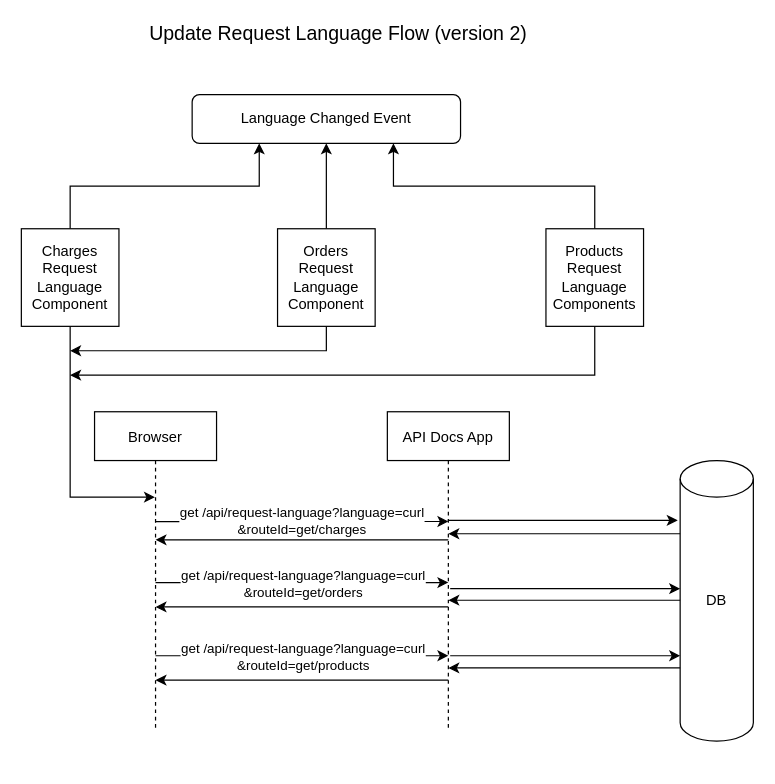
alexrsunrise/diagrams keeps this draw.io diagram as ReChargeApiDocs/Update Request Language v2.drawio. Above is the earlier version. Source tidied: cells renumbered, new cells numbered last; positions are measured from the earlier drawing's top-left corner, leaving out a move shared by most shapes. Both pictures are drawn from the tidied source at 122%, with x=0, y=0 at pixel (21, 21).
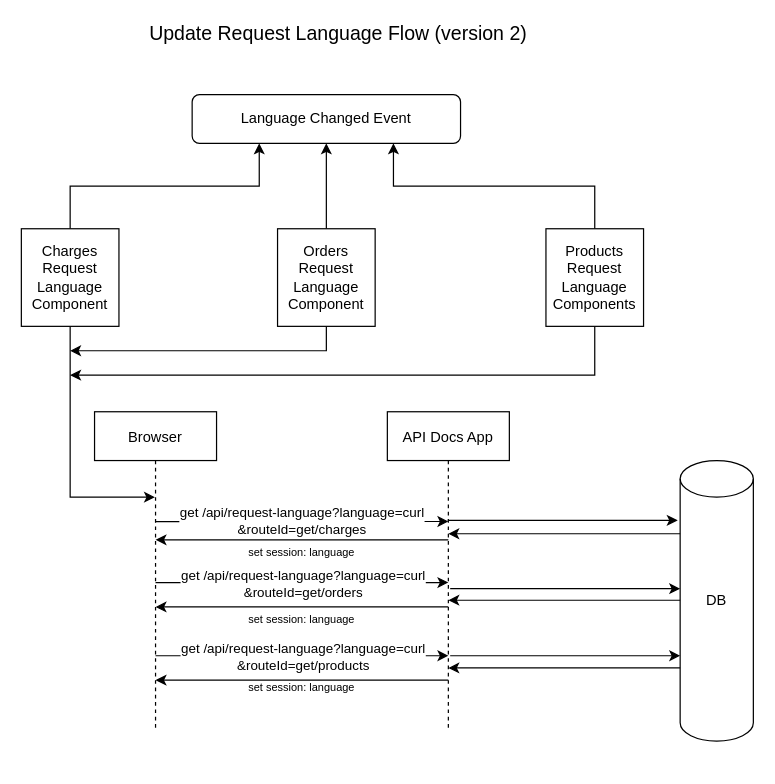
After the change.

Diff of the diagram source:
```diff
@@
+    <mxCell id="37" value="&lt;font style=&quot;font-size: 9px&quot;&gt;set session: language&lt;/font&gt;" style="text;html=1;strokeColor=none;fillColor=none;align=center;verticalAlign=middle;whiteSpace=wrap;rounded=0;" parent="1" vertex="1">
+      <mxGeometry x="160" y="430" width="140" height="10" as="geometry" />
+    </mxCell>
+    <mxCell id="38" value="&lt;font style=&quot;font-size: 9px&quot;&gt;set session: language&lt;/font&gt;" style="text;html=1;strokeColor=none;fillColor=none;align=center;verticalAlign=middle;whiteSpace=wrap;rounded=0;" parent="1" vertex="1">
+      <mxGeometry x="160" y="485" width="140" height="10" as="geometry" />
+    </mxCell>
+    <mxCell id="39" value="&lt;font style=&quot;font-size: 9px&quot;&gt;set session: language&lt;/font&gt;" style="text;html=1;strokeColor=none;fillColor=none;align=center;verticalAlign=middle;whiteSpace=wrap;rounded=0;" parent="1" vertex="1">
+      <mxGeometry x="160" y="540" width="140" height="10" as="geometry" />
+    </mxCell>
```
